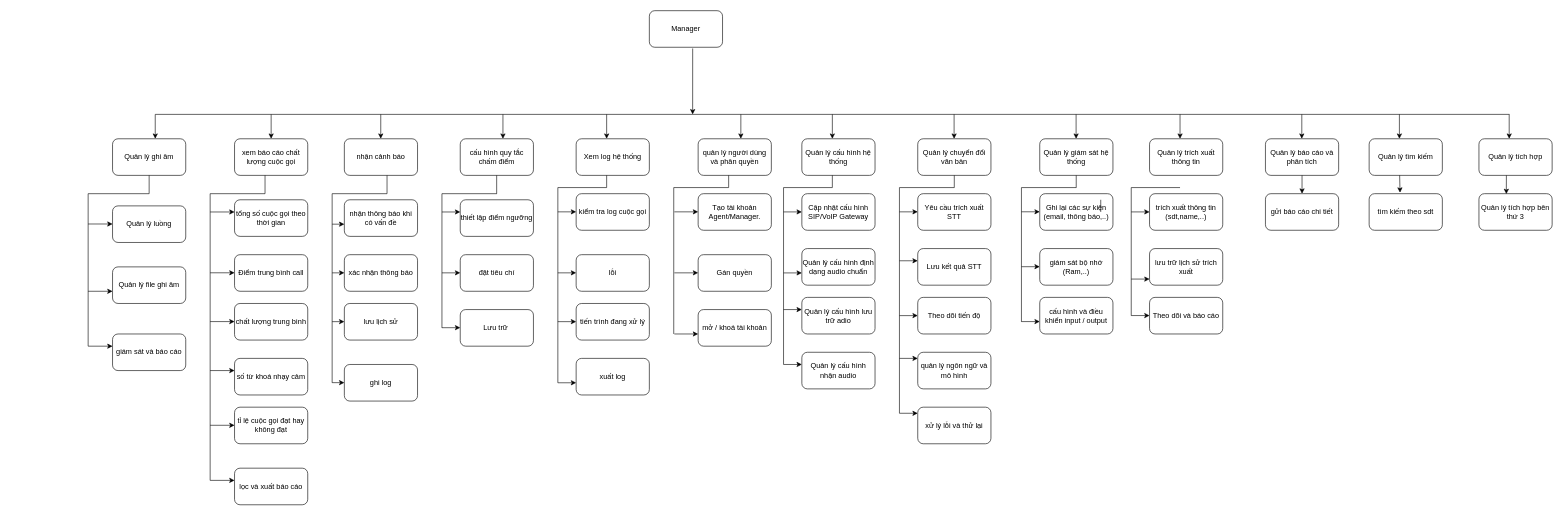
Above: dactachucnangcalldesk.drawio in vuongnd03/black-had (draw.io), before the change. Source tidied: cells renumbered, new cells numbered last; positions are measured from the earlier drawing's top-left corner, leaving out a move shared by most shapes. Both pictures are drawn from the tidied source at 61%, with x=0, y=0 at pixel (88, 10).
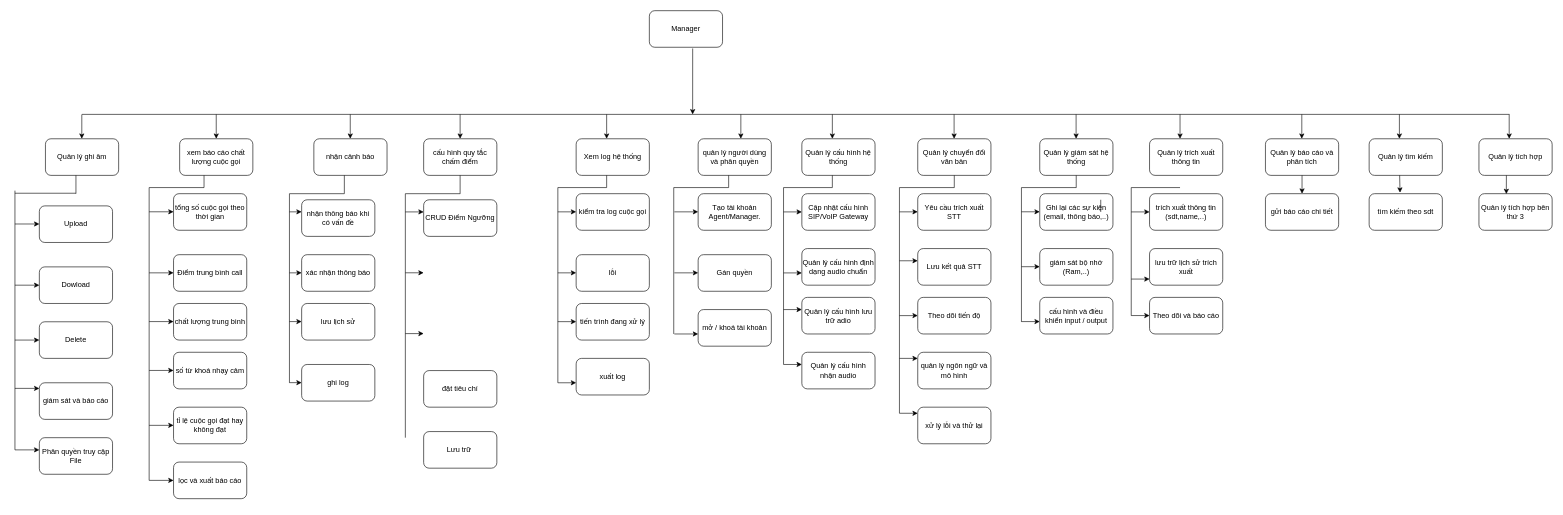
Above is the later version.

Diff of the diagram source:
```diff
@@
     <mxCell id="3" value="xem báo cáo chất lượng cuộc gọi" style="rounded=1;whiteSpace=wrap;html=1;" parent="1" vertex="1">
-      <mxGeometry x="240" y="210" width="120" height="60" as="geometry" />
+      <mxGeometry x="150" y="210" width="120" height="60" as="geometry" />
     </mxCell>
     <mxCell id="4" value="nhận cảnh báo" style="rounded=1;whiteSpace=wrap;html=1;" parent="1" vertex="1">
-      <mxGeometry x="420" y="210" width="120" height="60" as="geometry" />
+      <mxGeometry x="370" y="210" width="120" height="60" as="geometry" />
     </mxCell>
     <mxCell id="5" value="cấu hình quy tắc chấm điểm" style="rounded=1;whiteSpace=wrap;html=1;" parent="1" vertex="1">
-      <mxGeometry x="610" y="210" width="120" height="60" as="geometry" />
+      <mxGeometry x="550" y="210" width="120" height="60" as="geometry" />
     </mxCell>
@@
     <mxCell id="7" value="tổng số cuộc gọi theo thời gian" style="rounded=1;whiteSpace=wrap;html=1;" parent="1" vertex="1">
-      <mxGeometry x="240" y="310" width="120" height="60" as="geometry" />
+      <mxGeometry x="140" y="300" width="120" height="60" as="geometry" />
     </mxCell>
     <mxCell id="8" value="Điểm trung bình call" style="rounded=1;whiteSpace=wrap;html=1;" parent="1" vertex="1">
-      <mxGeometry x="240" y="400" width="120" height="60" as="geometry" />
+      <mxGeometry x="140" y="400" width="120" height="60" as="geometry" />
     </mxCell>
     <mxCell id="9" value="chất lượng trung bình" style="rounded=1;whiteSpace=wrap;html=1;" parent="1" vertex="1">
-      <mxGeometry x="240" y="480" width="120" height="60" as="geometry" />
+      <mxGeometry x="140" y="480" width="120" height="60" as="geometry" />
     </mxCell>
     <mxCell id="10" value="số từ khoá nhạy cảm" style="rounded=1;whiteSpace=wrap;html=1;" parent="1" vertex="1">
-      <mxGeometry x="240" y="570" width="120" height="60" as="geometry" />
+      <mxGeometry x="140" y="560" width="120" height="60" as="geometry" />
     </mxCell>
     <mxCell id="11" style="endArrow=none;html=1;rounded=0;" parent="1" edge="1">
       <mxGeometry relative="1" as="geometry">
-        <mxPoint x="110" y="170" as="sourcePoint" />
+        <mxPoint x="-10" y="170" as="sourcePoint" />
         <mxPoint x="2330" y="170" as="targetPoint" />
       </mxGeometry>
     </mxCell>
@@
     <mxCell id="13" style="endArrow=classic;html=1;rounded=0;entryX=0.5;entryY=0;entryDx=0;entryDy=0;" parent="1" edge="1" target="3">
       <mxGeometry relative="1" as="geometry">
-        <mxPoint x="300" y="170" as="sourcePoint" />
+        <mxPoint x="210" y="170" as="sourcePoint" />
       </mxGeometry>
     </mxCell>
     <mxCell id="14" style="endArrow=classic;html=1;rounded=0;entryX=0.5;entryY=0;entryDx=0;entryDy=0;" parent="1" edge="1">
       <mxGeometry relative="1" as="geometry">
-        <mxPoint x="479.7" y="170" as="sourcePoint" />
-        <mxPoint x="479.7" y="210" as="targetPoint" />
+        <mxPoint x="429.7" y="170" as="sourcePoint" />
+        <mxPoint x="429.7" y="210" as="targetPoint" />
       </mxGeometry>
     </mxCell>
     <mxCell id="15" style="endArrow=classic;html=1;rounded=0;entryX=0.5;entryY=0;entryDx=0;entryDy=0;" parent="1" edge="1">
       <mxGeometry relative="1" as="geometry">
-        <mxPoint x="680" y="170" as="sourcePoint" />
-        <mxPoint x="680" y="210" as="targetPoint" />
+        <mxPoint x="609.8" y="170" as="sourcePoint" />
+        <mxPoint x="609.8" y="210" as="targetPoint" />
       </mxGeometry>
     </mxCell>
@@
     <mxCell id="17" style="endArrow=none;html=1;rounded=0;" parent="1" edge="1">
       <mxGeometry relative="1" as="geometry">
-        <mxPoint x="200" y="770" as="sourcePoint" />
-        <mxPoint x="200" y="300" as="targetPoint" />
+        <mxPoint x="100" y="770" as="sourcePoint" />
+        <mxPoint x="100" y="290" as="targetPoint" />
       </mxGeometry>
     </mxCell>
     <mxCell id="18" style="endArrow=classic;html=1;rounded=0;entryX=0;entryY=0.5;entryDx=0;entryDy=0;" parent="1" edge="1">
       <mxGeometry relative="1" as="geometry">
-        <mxPoint x="200" y="330" as="sourcePoint" />
-        <mxPoint x="240" y="330" as="targetPoint" />
+        <mxPoint x="100" y="329.7" as="sourcePoint" />
+        <mxPoint x="140" y="329.7" as="targetPoint" />
       </mxGeometry>
     </mxCell>
     <mxCell id="19" style="endArrow=classic;html=1;rounded=0;entryX=0;entryY=0.5;entryDx=0;entryDy=0;" parent="1" edge="1">
       <mxGeometry relative="1" as="geometry">
-        <mxPoint x="200" y="429.7" as="sourcePoint" />
-        <mxPoint x="240" y="429.7" as="targetPoint" />
+        <mxPoint x="100" y="429.8" as="sourcePoint" />
+        <mxPoint x="140" y="429.8" as="targetPoint" />
       </mxGeometry>
     </mxCell>
     <mxCell id="20" style="endArrow=classic;html=1;rounded=0;entryX=0;entryY=0.5;entryDx=0;entryDy=0;" parent="1" edge="1">
       <mxGeometry relative="1" as="geometry">
-        <mxPoint x="200" y="509.7" as="sourcePoint" />
-        <mxPoint x="240" y="509.7" as="targetPoint" />
+        <mxPoint x="100" y="509.7" as="sourcePoint" />
+        <mxPoint x="140" y="509.7" as="targetPoint" />
       </mxGeometry>
     </mxCell>
     <mxCell id="21" style="endArrow=classic;html=1;rounded=0;entryX=0;entryY=0.5;entryDx=0;entryDy=0;" parent="1" edge="1">
       <mxGeometry relative="1" as="geometry">
-        <mxPoint x="200" y="590" as="sourcePoint" />
-        <mxPoint x="240" y="590" as="targetPoint" />
+        <mxPoint x="100" y="589.8" as="sourcePoint" />
+        <mxPoint x="140" y="589.8" as="targetPoint" />
       </mxGeometry>
     </mxCell>
     <mxCell id="22" value="nhận thông báo khi có vấn đề" style="rounded=1;whiteSpace=wrap;html=1;" parent="1" vertex="1">
-      <mxGeometry x="420" y="310" width="120" height="60" as="geometry" />
+      <mxGeometry x="350" y="310" width="120" height="60" as="geometry" />
     </mxCell>
     <mxCell id="23" value="xác nhận thông báo" style="rounded=1;whiteSpace=wrap;html=1;" parent="1" vertex="1">
-      <mxGeometry x="420" y="400" width="120" height="60" as="geometry" />
+      <mxGeometry x="350" y="400" width="120" height="60" as="geometry" />
     </mxCell>
     <mxCell id="24" value="lưu lịch sử" style="rounded=1;whiteSpace=wrap;html=1;" parent="1" vertex="1">
-      <mxGeometry x="420" y="480" width="120" height="60" as="geometry" />
+      <mxGeometry x="350" y="480" width="120" height="60" as="geometry" />
     </mxCell>
     <mxCell id="25" style="endArrow=none;html=1;rounded=0;" parent="1" edge="1">
       <mxGeometry relative="1" as="geometry">
-        <mxPoint x="400" y="610" as="sourcePoint" />
-        <mxPoint x="400" y="300" as="targetPoint" />
+        <mxPoint x="330" y="610" as="sourcePoint" />
+        <mxPoint x="330" y="300" as="targetPoint" />
       </mxGeometry>
     </mxCell>
     <mxCell id="26" style="endArrow=classic;html=1;rounded=0;entryX=0.003;entryY=0.672;entryDx=0;entryDy=0;entryPerimeter=0;" parent="1" edge="1">
       <mxGeometry relative="1" as="geometry">
-        <mxPoint x="400" y="350" as="sourcePoint" />
-        <mxPoint x="420" y="350" as="targetPoint" />
+        <mxPoint x="330" y="329.8" as="sourcePoint" />
+        <mxPoint x="350" y="329.8" as="targetPoint" />
       </mxGeometry>
     </mxCell>
     <mxCell id="27" style="endArrow=classic;html=1;rounded=0;entryX=0.003;entryY=0.672;entryDx=0;entryDy=0;entryPerimeter=0;" parent="1" edge="1">
       <mxGeometry relative="1" as="geometry">
-        <mxPoint x="400" y="429.8" as="sourcePoint" />
-        <mxPoint x="420" y="429.8" as="targetPoint" />
+        <mxPoint x="330" y="429.8" as="sourcePoint" />
+        <mxPoint x="350" y="429.8" as="targetPoint" />
       </mxGeometry>
     </mxCell>
     <mxCell id="28" style="endArrow=classic;html=1;rounded=0;entryX=0.003;entryY=0.672;entryDx=0;entryDy=0;entryPerimeter=0;" parent="1" edge="1">
       <mxGeometry relative="1" as="geometry">
-        <mxPoint x="400" y="509.8" as="sourcePoint" />
-        <mxPoint x="420" y="509.8" as="targetPoint" />
+        <mxPoint x="330" y="509.7" as="sourcePoint" />
+        <mxPoint x="350" y="509.7" as="targetPoint" />
       </mxGeometry>
     </mxCell>
-    <mxCell id="29" value="thiết lập điểm ngưỡng" style="rounded=1;whiteSpace=wrap;html=1;" parent="1" vertex="1">
-      <mxGeometry x="610" y="310" width="120" height="60" as="geometry" />
+    <mxCell id="29" value="CRUD Điểm Ngưỡng" style="rounded=1;whiteSpace=wrap;html=1;" parent="1" vertex="1">
+      <mxGeometry x="550" y="310" width="120" height="60" as="geometry" />
     </mxCell>
     <mxCell id="30" value="đặt tiêu chí" style="rounded=1;whiteSpace=wrap;html=1;" parent="1" vertex="1">
-      <mxGeometry x="610" y="400" width="120" height="60" as="geometry" />
+      <mxGeometry x="550" y="590" width="120" height="60" as="geometry" />
     </mxCell>
@@
     <mxCell id="34" style="endArrow=none;html=1;rounded=0;" parent="1" edge="1">
       <mxGeometry relative="1" as="geometry">
-        <mxPoint x="580" y="520" as="sourcePoint" />
-        <mxPoint x="580" y="300" as="targetPoint" />
+        <mxPoint x="520" y="700" as="sourcePoint" />
+        <mxPoint x="520" y="300" as="targetPoint" />
       </mxGeometry>
     </mxCell>
     <mxCell id="35" style="endArrow=classic;html=1;rounded=0;" parent="1" edge="1">
       <mxGeometry relative="1" as="geometry">
-        <mxPoint x="580" y="330" as="sourcePoint" />
-        <mxPoint x="610" y="330" as="targetPoint" />
+        <mxPoint x="520" y="329.9" as="sourcePoint" />
+        <mxPoint x="550" y="329.9" as="targetPoint" />
       </mxGeometry>
     </mxCell>
     <mxCell id="36" style="endArrow=classic;html=1;rounded=0;" parent="1" edge="1">
       <mxGeometry relative="1" as="geometry">
-        <mxPoint x="580" y="429.8" as="sourcePoint" />
-        <mxPoint x="610" y="429.8" as="targetPoint" />
+        <mxPoint x="520" y="429.7" as="sourcePoint" />
+        <mxPoint x="550" y="429.7" as="targetPoint" />
       </mxGeometry>
     </mxCell>
@@
     <mxCell id="41" value="tỉ lệ cuộc gọi đạt hay không đạt" style="rounded=1;whiteSpace=wrap;html=1;" parent="1" vertex="1">
-      <mxGeometry x="240" y="650" width="120" height="60" as="geometry" />
+      <mxGeometry x="140" y="650" width="120" height="60" as="geometry" />
     </mxCell>
     <mxCell id="42" style="endArrow=classic;html=1;rounded=0;entryX=0;entryY=0.5;entryDx=0;entryDy=0;" parent="1" edge="1">
       <mxGeometry relative="1" as="geometry">
-        <mxPoint x="200" y="679.7" as="sourcePoint" />
-        <mxPoint x="240" y="679.7" as="targetPoint" />
+        <mxPoint x="100" y="679.8" as="sourcePoint" />
+        <mxPoint x="140" y="679.8" as="targetPoint" />
       </mxGeometry>
     </mxCell>
     <mxCell id="43" value="lọc và xuất báo cáo" style="rounded=1;whiteSpace=wrap;html=1;" parent="1" vertex="1">
-      <mxGeometry x="240" y="750" width="120" height="60" as="geometry" />
+      <mxGeometry x="140" y="740" width="120" height="60" as="geometry" />
     </mxCell>
     <mxCell id="44" style="endArrow=classic;html=1;rounded=0;entryX=0;entryY=0.5;entryDx=0;entryDy=0;" parent="1" edge="1">
       <mxGeometry relative="1" as="geometry">
-        <mxPoint x="200" y="770" as="sourcePoint" />
-        <mxPoint x="240" y="770" as="targetPoint" />
+        <mxPoint x="100" y="770" as="sourcePoint" />
+        <mxPoint x="140" y="770" as="targetPoint" />
       </mxGeometry>
     </mxCell>
@@
     <mxCell id="61" value="ghi log" style="rounded=1;whiteSpace=wrap;html=1;" parent="1" vertex="1">
-      <mxGeometry x="420" y="580" width="120" height="60" as="geometry" />
+      <mxGeometry x="350" y="580" width="120" height="60" as="geometry" />
     </mxCell>
@@
     <mxCell id="63" style="endArrow=classic;html=1;rounded=0;entryX=0.003;entryY=0.672;entryDx=0;entryDy=0;entryPerimeter=0;" parent="1" edge="1">
       <mxGeometry relative="1" as="geometry">
-        <mxPoint x="400" y="609.8" as="sourcePoint" />
-        <mxPoint x="420" y="609.8" as="targetPoint" />
+        <mxPoint x="330" y="609.8" as="sourcePoint" />
+        <mxPoint x="350" y="609.8" as="targetPoint" />
       </mxGeometry>
     </mxCell>
@@
     <mxCell id="70" value="Lưu trữ&amp;nbsp;" style="rounded=1;whiteSpace=wrap;html=1;" parent="1" vertex="1">
-      <mxGeometry x="610" y="490" width="120" height="60" as="geometry" />
+      <mxGeometry x="550" y="690" width="120" height="60" as="geometry" />
     </mxCell>
     <mxCell id="71" style="endArrow=classic;html=1;rounded=0;" parent="1" edge="1">
       <mxGeometry relative="1" as="geometry">
-        <mxPoint x="580" y="519.7" as="sourcePoint" />
-        <mxPoint x="610" y="519.7" as="targetPoint" />
+        <mxPoint x="520" y="529.4" as="sourcePoint" />
+        <mxPoint x="550" y="529.4" as="targetPoint" />
       </mxGeometry>
     </mxCell>
@@
     <mxCell id="100" value="Quản lý ghi âm" style="rounded=1;whiteSpace=wrap;html=1;" parent="1" vertex="1">
-      <mxGeometry x="40" y="210" width="120" height="60" as="geometry" />
+      <mxGeometry x="-70" y="210" width="120" height="60" as="geometry" />
     </mxCell>
-    <mxCell id="101" value="Quản lý luồng" style="rounded=1;whiteSpace=wrap;html=1;" parent="1" vertex="1">
-      <mxGeometry x="40" y="320" width="120" height="60" as="geometry" />
+    <mxCell id="101" value="Upload" style="rounded=1;whiteSpace=wrap;html=1;" parent="1" vertex="1">
+      <mxGeometry x="-80" y="320" width="120" height="60" as="geometry" />
     </mxCell>
-    <mxCell id="102" value="Quản lý file ghi âm" style="rounded=1;whiteSpace=wrap;html=1;" parent="1" vertex="1">
-      <mxGeometry x="40" y="420" width="120" height="60" as="geometry" />
+    <mxCell id="102" value="Dowload" style="rounded=1;whiteSpace=wrap;html=1;" parent="1" vertex="1">
+      <mxGeometry x="-80" y="420" width="120" height="60" as="geometry" />
     </mxCell>
     <mxCell id="103" style="endArrow=classic;html=1;rounded=0;entryX=0.5;entryY=0;entryDx=0;entryDy=0;" parent="1" edge="1">
       <mxGeometry relative="1" as="geometry">
-        <mxPoint x="110" y="170" as="sourcePoint" />
-        <mxPoint x="110" y="210" as="targetPoint" />
+        <mxPoint x="-10.4" y="170" as="sourcePoint" />
+        <mxPoint x="-10.4" y="210" as="targetPoint" />
       </mxGeometry>
     </mxCell>
     <mxCell id="104" style="endArrow=none;html=1;rounded=0;" parent="1" edge="1">
       <mxGeometry relative="1" as="geometry">
-        <mxPoint y="550" as="sourcePoint" />
-        <mxPoint y="300" as="targetPoint" />
+        <mxPoint x="-120" y="720" as="sourcePoint" />
+        <mxPoint x="-120" y="295" as="targetPoint" />
       </mxGeometry>
     </mxCell>
     <mxCell id="105" style="endArrow=classic;html=1;rounded=0;" parent="1" edge="1">
       <mxGeometry relative="1" as="geometry">
-        <mxPoint y="349.7" as="sourcePoint" />
-        <mxPoint x="40" y="349.7" as="targetPoint" />
+        <mxPoint x="-120" y="349.7" as="sourcePoint" />
+        <mxPoint x="-80" y="349.7" as="targetPoint" />
       </mxGeometry>
     </mxCell>
     <mxCell id="106" style="endArrow=classic;html=1;rounded=0;" parent="1" edge="1">
       <mxGeometry relative="1" as="geometry">
-        <mxPoint y="460" as="sourcePoint" />
-        <mxPoint x="40" y="460" as="targetPoint" />
+        <mxPoint x="-120" y="450" as="sourcePoint" />
+        <mxPoint x="-80" y="450" as="targetPoint" />
       </mxGeometry>
     </mxCell>
-    <mxCell id="107" value="giám sát và báo cáo" style="rounded=1;whiteSpace=wrap;html=1;" parent="1" vertex="1">
-      <mxGeometry x="40" y="530" width="120" height="60" as="geometry" />
+    <mxCell id="107" value="Delete" style="rounded=1;whiteSpace=wrap;html=1;" parent="1" vertex="1">
+      <mxGeometry x="-80" y="510" width="120" height="60" as="geometry" />
     </mxCell>
     <mxCell id="108" style="endArrow=classic;html=1;rounded=0;" parent="1" edge="1">
       <mxGeometry relative="1" as="geometry">
-        <mxPoint y="550" as="sourcePoint" />
-        <mxPoint x="40" y="550" as="targetPoint" />
+        <mxPoint x="-120" y="540" as="sourcePoint" />
+        <mxPoint x="-80" y="540" as="targetPoint" />
       </mxGeometry>
     </mxCell>
@@
     <mxCell id="123" style="endArrow=none;html=1;rounded=0;" parent="1" edge="1">
       <mxGeometry relative="1" as="geometry">
-        <mxPoint y="300" as="sourcePoint" />
-        <mxPoint x="100" y="300" as="targetPoint" />
+        <mxPoint x="-120" y="299.3" as="sourcePoint" />
+        <mxPoint x="-20" y="299.3" as="targetPoint" />
       </mxGeometry>
     </mxCell>
     <mxCell id="124" style="endArrow=none;html=1;rounded=0;" parent="1" edge="1">
       <mxGeometry relative="1" as="geometry">
-        <mxPoint x="200" y="300" as="sourcePoint" />
-        <mxPoint x="290" y="300" as="targetPoint" />
+        <mxPoint x="100" y="290" as="sourcePoint" />
+        <mxPoint x="190" y="290" as="targetPoint" />
       </mxGeometry>
     </mxCell>
     <mxCell id="125" style="endArrow=none;html=1;rounded=0;" parent="1" edge="1">
       <mxGeometry relative="1" as="geometry">
-        <mxPoint x="400" y="300" as="sourcePoint" />
-        <mxPoint x="490" y="300" as="targetPoint" />
+        <mxPoint x="330" y="300" as="sourcePoint" />
+        <mxPoint x="420" y="300" as="targetPoint" />
       </mxGeometry>
     </mxCell>
     <mxCell id="126" style="endArrow=none;html=1;rounded=0;" parent="1" edge="1">
       <mxGeometry relative="1" as="geometry">
-        <mxPoint x="580" y="300" as="sourcePoint" />
-        <mxPoint x="670" y="300" as="targetPoint" />
+        <mxPoint x="520" y="300" as="sourcePoint" />
+        <mxPoint x="610" y="300" as="targetPoint" />
       </mxGeometry>
     </mxCell>
@@
     <mxCell id="133" style="endArrow=none;html=1;rounded=0;" parent="1" edge="1">
       <mxGeometry relative="1" as="geometry">
-        <mxPoint x="100" y="300" as="sourcePoint" />
-        <mxPoint x="100" y="270" as="targetPoint" />
+        <mxPoint x="-20" y="300" as="sourcePoint" />
+        <mxPoint x="-20" y="270" as="targetPoint" />
       </mxGeometry>
     </mxCell>
     <mxCell id="134" style="endArrow=none;html=1;rounded=0;" parent="1" edge="1">
       <mxGeometry relative="1" as="geometry">
-        <mxPoint x="290" y="300" as="sourcePoint" />
-        <mxPoint x="290" y="270" as="targetPoint" />
+        <mxPoint x="190" y="290" as="sourcePoint" />
+        <mxPoint x="190" y="270" as="targetPoint" />
       </mxGeometry>
     </mxCell>
     <mxCell id="135" style="endArrow=none;html=1;rounded=0;" parent="1" edge="1">
       <mxGeometry relative="1" as="geometry">
-        <mxPoint x="490" y="300" as="sourcePoint" />
-        <mxPoint x="490" y="270" as="targetPoint" />
+        <mxPoint x="420" y="300" as="sourcePoint" />
+        <mxPoint x="420" y="270" as="targetPoint" />
       </mxGeometry>
     </mxCell>
     <mxCell id="136" style="endArrow=none;html=1;rounded=0;" parent="1" edge="1">
       <mxGeometry relative="1" as="geometry">
-        <mxPoint x="669.7" y="300" as="sourcePoint" />
-        <mxPoint x="669.7" y="270" as="targetPoint" />
+        <mxPoint x="609.8" y="300" as="sourcePoint" />
+        <mxPoint x="609.8" y="270" as="targetPoint" />
       </mxGeometry>
     </mxCell>
@@
+    <mxCell id="143" value="giám sát và báo cáo" style="rounded=1;whiteSpace=wrap;html=1;" parent="1" vertex="1">
+      <mxGeometry x="-80" y="610" width="120" height="60" as="geometry" />
+    </mxCell>
+    <mxCell id="144" style="endArrow=classic;html=1;rounded=0;" parent="1" edge="1">
+      <mxGeometry relative="1" as="geometry">
+        <mxPoint x="-120" y="619.2" as="sourcePoint" />
+        <mxPoint x="-80" y="619.2" as="targetPoint" />
+      </mxGeometry>
+    </mxCell>
+    <mxCell id="145" value="Phân quyền truy cập File" style="rounded=1;whiteSpace=wrap;html=1;" parent="1" vertex="1">
+      <mxGeometry x="-80" y="700" width="120" height="60" as="geometry" />
+    </mxCell>
+    <mxCell id="146" style="endArrow=classic;html=1;rounded=0;" parent="1" edge="1">
+      <mxGeometry relative="1" as="geometry">
+        <mxPoint x="-120" y="720" as="sourcePoint" />
+        <mxPoint x="-80" y="720" as="targetPoint" />
+      </mxGeometry>
+    </mxCell>
```
